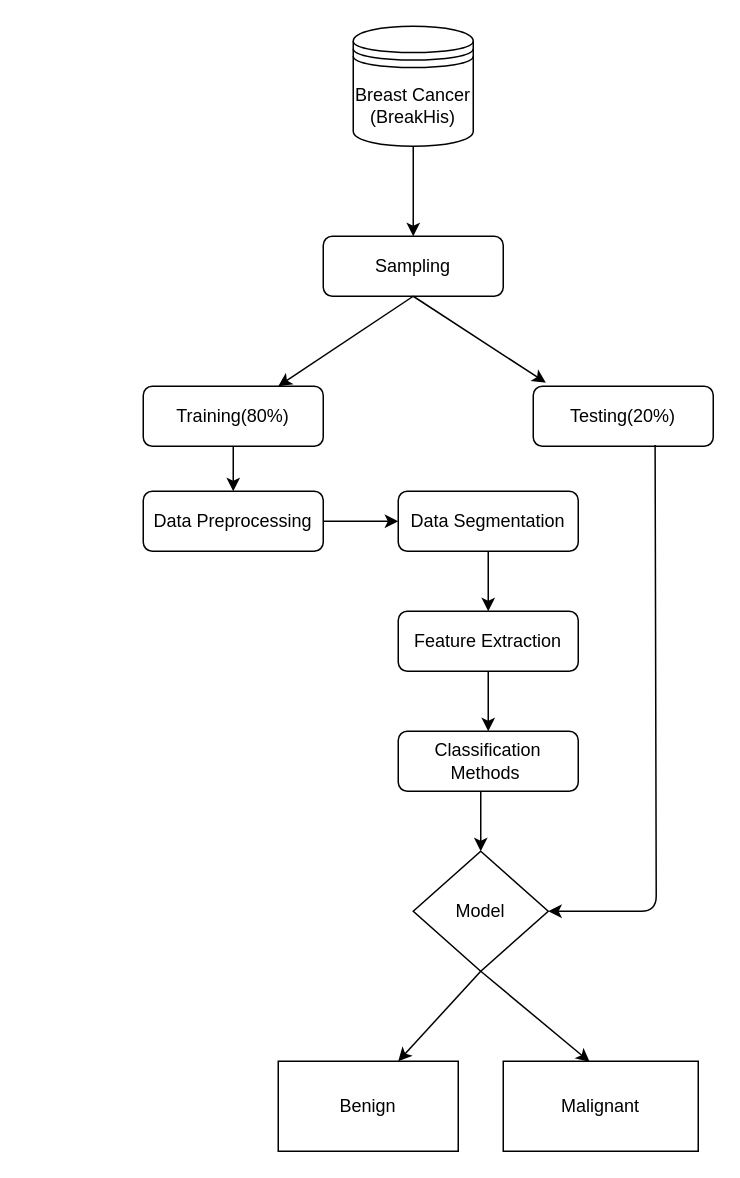
Above: Untitled Diagram.drawio in ananyatanaya/dissertation-2020 (draw.io), before the change. Source tidied: cells renumbered, new cells numbered last; positions are measured from the earlier drawing's top-left corner, leaving out a move shared by most shapes. Both pictures are drawn from the tidied source at 150%, with x=0, y=0 at pixel (142, 26).
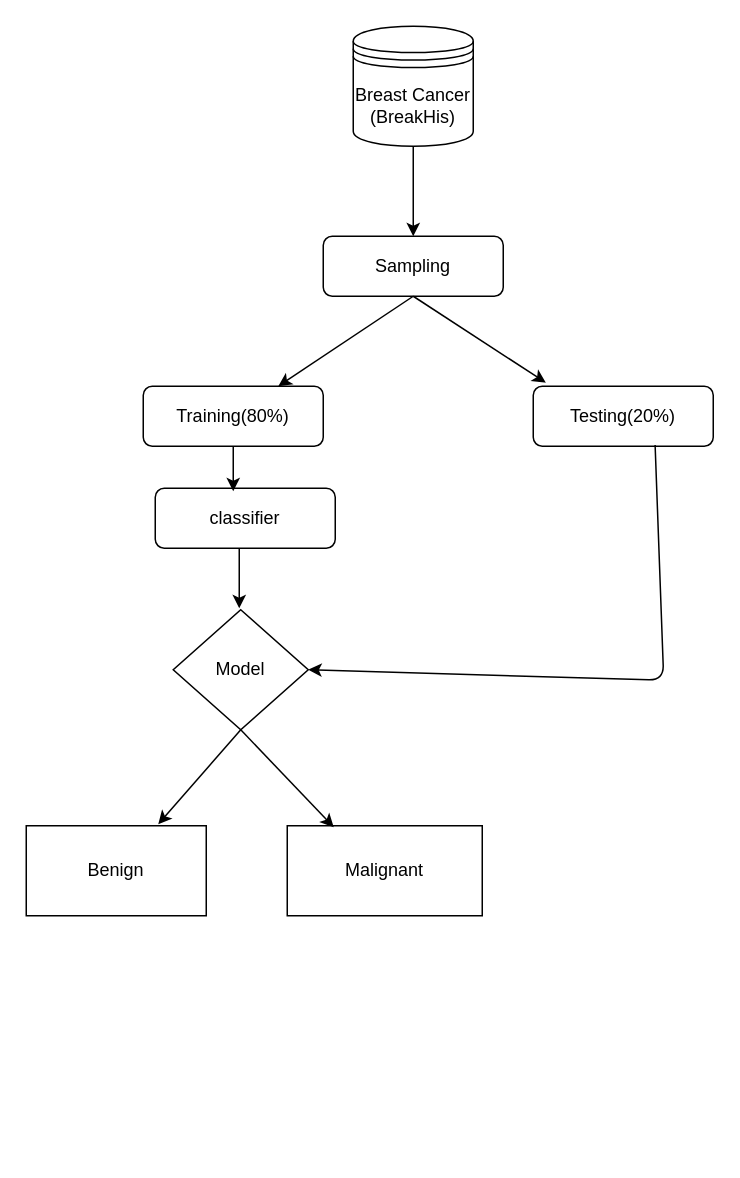
Above is the later version.

The change refers to these unchanged cells:
```xml
<mxCell id="3" value="Testing(20%)" style="rounded=1;whiteSpace=wrap;html=1;fontSize=12;glass=0;strokeWidth=1;shadow=0;" parent="1" vertex="1">
  <mxGeometry x="260" y="240" width="120" height="40" as="geometry" />
</mxCell>
```

The edit, as a diff of the source:
```diff
@@
-    <mxCell id="4" value="Feature Extraction" style="rounded=1;whiteSpace=wrap;html=1;fontSize=12;glass=0;strokeWidth=1;shadow=0;" parent="1" vertex="1">
-      <mxGeometry x="170" y="390" width="120" height="40" as="geometry" />
-    </mxCell>
@@
-    <mxCell id="6" value="Classification Methods&amp;nbsp;" style="rounded=1;whiteSpace=wrap;html=1;fontSize=12;glass=0;strokeWidth=1;shadow=0;" parent="1" vertex="1">
-      <mxGeometry x="170" y="470" width="120" height="40" as="geometry" />
+    <mxCell id="6" value="classifier" style="rounded=1;whiteSpace=wrap;html=1;fontSize=12;glass=0;strokeWidth=1;shadow=0;" parent="1" vertex="1">
+      <mxGeometry x="8" y="308" width="120" height="40" as="geometry" />
     </mxCell>
     <mxCell id="7" value="Malignant" style="rounded=0;whiteSpace=wrap;html=1;" parent="1" vertex="1">
-      <mxGeometry x="240" y="690" width="130" height="60" as="geometry" />
+      <mxGeometry x="96" y="533" width="130" height="60" as="geometry" />
     </mxCell>
     <mxCell id="8" value="Benign" style="whiteSpace=wrap;html=1;rounded=0;" parent="1" vertex="1">
-      <mxGeometry x="90" y="690" width="120" height="60" as="geometry" />
+      <mxGeometry x="-78" y="533" width="120" height="60" as="geometry" />
     </mxCell>
-    <mxCell id="9" value="Data Preprocessing" style="rounded=1;whiteSpace=wrap;html=1;fontSize=12;glass=0;strokeWidth=1;shadow=0;" parent="1" vertex="1">
-      <mxGeometry y="310" width="120" height="40" as="geometry" />
-    </mxCell>
-    <mxCell id="10" value="Data Segmentation" style="rounded=1;whiteSpace=wrap;html=1;fontSize=12;glass=0;strokeWidth=1;shadow=0;" parent="1" vertex="1">
-      <mxGeometry x="170" y="310" width="120" height="40" as="geometry" />
-    </mxCell>
@@
-    <mxCell id="15" style="endArrow=classic;html=1;entryX=0.5;entryY=0;entryDx=0;entryDy=0;" parent="1" edge="1" target="9">
+    <mxCell id="15" style="endArrow=classic;html=1;entryX=0.5;entryY=0;entryDx=0;entryDy=0;" parent="1" edge="1">
       <mxGeometry relative="1" as="geometry">
         <mxPoint x="60" y="280" as="sourcePoint" />
+        <mxPoint x="60" y="310" as="targetPoint" />
       </mxGeometry>
     </mxCell>
-    <mxCell id="16" style="endArrow=classic;html=1;exitX=1;exitY=0.5;exitDx=0;exitDy=0;" parent="1" edge="1" source="9">
-      <mxGeometry relative="1" as="geometry">
-        <mxPoint x="170" y="330" as="targetPoint" />
-      </mxGeometry>
-    </mxCell>
-    <mxCell id="17" style="endArrow=classic;html=1;" parent="1" edge="1">
-      <mxGeometry relative="1" as="geometry">
-        <mxPoint x="230" y="350" as="sourcePoint" />
-        <mxPoint x="230" y="390" as="targetPoint" />
-      </mxGeometry>
-    </mxCell>
-    <mxCell id="18" style="endArrow=classic;html=1;exitX=0.5;exitY=1;exitDx=0;exitDy=0;" parent="1" edge="1" source="4">
-      <mxGeometry relative="1" as="geometry">
-        <mxPoint x="230" y="470" as="targetPoint" />
-      </mxGeometry>
-    </mxCell>
-    <mxCell id="19" style="endArrow=classic;html=1;entryX=0.5;entryY=0;entryDx=0;entryDy=0;" parent="1" edge="1" target="23">
+    <mxCell id="19" style="endArrow=classic;html=1;entryX=0.5;entryY=0;entryDx=0;entryDy=0;" parent="1" edge="1">
       <mxGeometry relative="1" as="geometry">
-        <mxPoint x="225" y="510" as="sourcePoint" />
+        <mxPoint x="64" y="348" as="sourcePoint" />
+        <mxPoint x="64" y="388" as="targetPoint" />
       </mxGeometry>
     </mxCell>
     <mxCell id="20" style="endArrow=classic;html=1;exitX=0.677;exitY=0.98;exitDx=0;exitDy=0;exitPerimeter=0;entryX=1;entryY=0.5;entryDx=0;entryDy=0;" parent="1" edge="1" source="3" target="23">
       <mxGeometry relative="1" as="geometry">
         <Array as="points">
-          <mxPoint x="342" y="590" />
+          <mxPoint x="347" y="436" />
         </Array>
       </mxGeometry>
     </mxCell>
     <mxCell id="21" style="endArrow=classic;html=1;exitX=0.5;exitY=1;exitDx=0;exitDy=0;" parent="1" edge="1" source="23">
       <mxGeometry relative="1" as="geometry">
-        <mxPoint x="170" y="690" as="targetPoint" />
+        <mxPoint x="10" y="532" as="targetPoint" />
       </mxGeometry>
     </mxCell>
-    <mxCell id="22" style="endArrow=classic;html=1;exitX=0.5;exitY=1;exitDx=0;exitDy=0;entryX=0.443;entryY=0.007;entryDx=0;entryDy=0;entryPerimeter=0;" parent="1" edge="1" source="23" target="7">
-      <mxGeometry relative="1" as="geometry" />
+    <mxCell id="22" style="endArrow=classic;html=1;exitX=0.5;exitY=1;exitDx=0;exitDy=0;" parent="1" edge="1" source="23">
+      <mxGeometry relative="1" as="geometry">
+        <mxPoint x="127" y="534" as="targetPoint" />
+      </mxGeometry>
     </mxCell>
     <mxCell id="23" value="Model" style="rhombus;whiteSpace=wrap;html=1;" parent="1" vertex="1">
-      <mxGeometry x="180" y="550" width="90" height="80" as="geometry" />
+      <mxGeometry x="20" y="389" width="90" height="80" as="geometry" />
     </mxCell>
```
